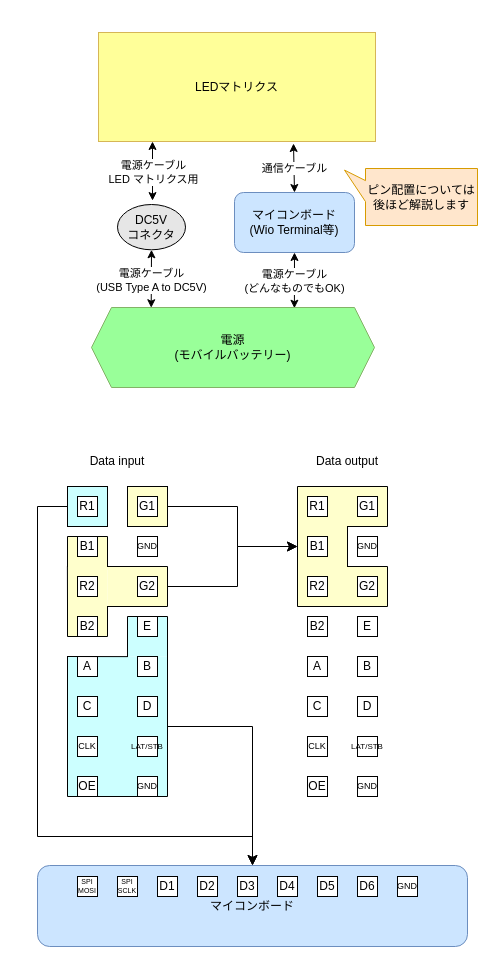
Above: 名称未設定ファイル.drawio in ehime-iyokan/DrawIO (draw.io), before the change. Source tidied: cells renumbered, new cells numbered last; positions are measured from the earlier drawing's top-left corner, leaving out a move shared by most shapes. Both pictures are drawn from the tidied source at 100%, with x=0, y=0 at pixel (37, 32).
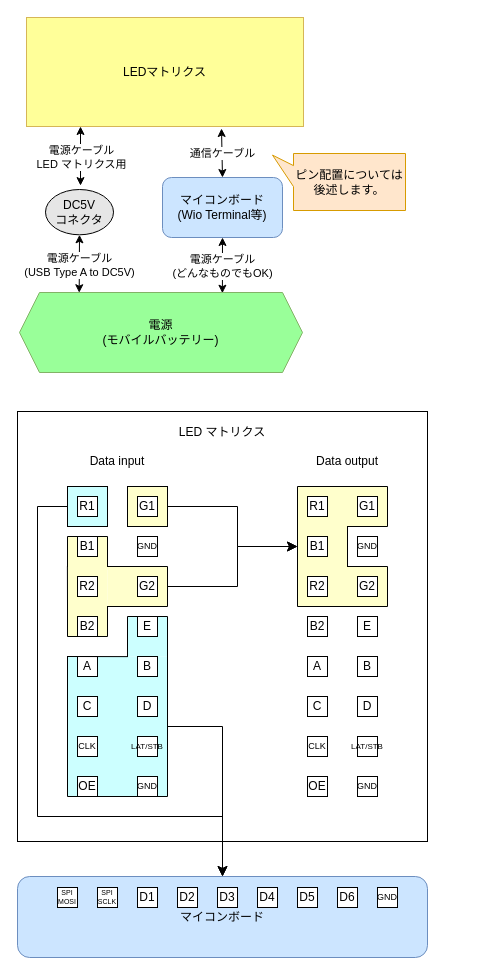
Above is the later version.

The change refers to these unchanged cells:
```xml
<mxCell id="9" style="rounded=0;whiteSpace=wrap;html=1;fillColor=#CCFFFF;strokeColor=none;" parent="1" vertex="1">
  <mxGeometry x="30" y="624" width="100" height="140" as="geometry" />
</mxCell>
<mxCell id="10" style="rounded=0;whiteSpace=wrap;html=1;fillColor=#CCFFFF;strokeColor=default;" parent="1" vertex="1">
  <mxGeometry x="30" y="454" width="40" height="40" as="geometry" />
</mxCell>
```

The edit, as a diff of the source:
```diff
@@
+    <mxCell id="83" value="&lt;div align=&quot;center&quot;&gt;LED マトリクス&lt;/div&gt;&lt;div align=&quot;center&quot;&gt;&lt;br&gt;&lt;/div&gt;&lt;div align=&quot;center&quot;&gt;&lt;br&gt;&lt;/div&gt;&lt;div align=&quot;center&quot;&gt;&lt;br&gt;&lt;/div&gt;&lt;div align=&quot;center&quot;&gt;&lt;br&gt;&lt;/div&gt;&lt;div align=&quot;center&quot;&gt;&lt;br&gt;&lt;/div&gt;&lt;div align=&quot;center&quot;&gt;&lt;br&gt;&lt;/div&gt;&lt;div align=&quot;center&quot;&gt;&lt;br&gt;&lt;/div&gt;&lt;div align=&quot;center&quot;&gt;&lt;br&gt;&lt;/div&gt;&lt;div align=&quot;center&quot;&gt;&lt;br&gt;&lt;/div&gt;&lt;div align=&quot;center&quot;&gt;&lt;br&gt;&lt;/div&gt;&lt;div align=&quot;center&quot;&gt;&lt;br&gt;&lt;/div&gt;&lt;div align=&quot;center&quot;&gt;&lt;br&gt;&lt;/div&gt;&lt;div align=&quot;center&quot;&gt;&lt;br&gt;&lt;/div&gt;&lt;div align=&quot;center&quot;&gt;&lt;br&gt;&lt;/div&gt;&lt;div align=&quot;center&quot;&gt;&lt;br&gt;&lt;/div&gt;&lt;div align=&quot;center&quot;&gt;&lt;br&gt;&lt;/div&gt;&lt;div align=&quot;center&quot;&gt;&lt;br&gt;&lt;/div&gt;&lt;div align=&quot;center&quot;&gt;&lt;br&gt;&lt;/div&gt;&lt;div align=&quot;center&quot;&gt;&lt;br&gt;&lt;/div&gt;&lt;div align=&quot;center&quot;&gt;&lt;br&gt;&lt;/div&gt;&lt;div align=&quot;center&quot;&gt;&lt;br&gt;&lt;/div&gt;&lt;div align=&quot;center&quot;&gt;&lt;br&gt;&lt;/div&gt;&lt;div align=&quot;center&quot;&gt;&lt;br&gt;&lt;/div&gt;&lt;div align=&quot;center&quot;&gt;&lt;br&gt;&lt;/div&gt;&lt;div align=&quot;center&quot;&gt;&lt;br&gt;&lt;/div&gt;&lt;div align=&quot;center&quot;&gt;&lt;br&gt;&lt;/div&gt;&lt;div align=&quot;center&quot;&gt;&lt;br&gt;&lt;/div&gt;" style="rounded=0;whiteSpace=wrap;html=1;align=center;" parent="1" vertex="1">
+      <mxGeometry x="-20" y="379" width="410" height="430" as="geometry" />
+    </mxCell>
@@
     <mxCell id="11" value="マイコンボード" style="rounded=1;whiteSpace=wrap;html=1;fillColor=#CCE5FF;strokeColor=#6c8ebf;" parent="1" vertex="1">
-      <mxGeometry y="833" width="430" height="81" as="geometry" />
+      <mxGeometry x="-20" y="844" width="410" height="81" as="geometry" />
     </mxCell>
     <mxCell id="12" value="LEDマトリクス" style="rounded=0;whiteSpace=wrap;html=1;fillColor=#FFFF99;strokeColor=#d6b656;" parent="1" vertex="1">
-      <mxGeometry x="61" width="277" height="109" as="geometry" />
+      <mxGeometry x="-11" y="-15" width="277" height="109" as="geometry" />
     </mxCell>
     <mxCell id="13" style="endArrow=classic;startArrow=classic;html=1;rounded=0;entryX=0.5;entryY=0;entryDx=0;entryDy=0;strokeWidth=1;sourcePerimeterSpacing=0;targetPerimeterSpacing=0;" parent="1" edge="1" target="21">
       <mxGeometry relative="1" as="geometry">
-        <mxPoint x="256" y="111" as="sourcePoint" />
+        <mxPoint x="184" y="96" as="sourcePoint" />
       </mxGeometry>
     </mxCell>
@@
     <mxCell id="17" style="endArrow=classic;startArrow=classic;html=1;rounded=0;strokeWidth=1;sourcePerimeterSpacing=0;targetPerimeterSpacing=0;entryX=0.515;entryY=-0.086;entryDx=0;entryDy=0;entryPerimeter=0;" parent="1" edge="1" target="23">
       <mxGeometry relative="1" as="geometry">
-        <mxPoint x="115" y="109" as="sourcePoint" />
+        <mxPoint x="43" y="94" as="sourcePoint" />
       </mxGeometry>
     </mxCell>
@@
     <mxCell id="21" value="マイコンボード&lt;div&gt;(Wio Terminal等)&lt;/div&gt;" style="rounded=1;whiteSpace=wrap;html=1;fillColor=#CCE5FF;strokeColor=#6c8ebf;" parent="1" vertex="1">
-      <mxGeometry x="197" y="160" width="120" height="60" as="geometry" />
+      <mxGeometry x="125" y="145" width="120" height="60" as="geometry" />
     </mxCell>
     <mxCell id="22" value="&lt;div&gt;電源&lt;/div&gt;&lt;div&gt;(モバイルバッテリー)&lt;/div&gt;" style="shape=hexagon;perimeter=hexagonPerimeter2;whiteSpace=wrap;html=1;fixedSize=1;fillColor=#99FF99;strokeColor=#82b366;" parent="1" vertex="1">
-      <mxGeometry x="54" y="275" width="283" height="80" as="geometry" />
+      <mxGeometry x="-18" y="260" width="283" height="80" as="geometry" />
     </mxCell>
     <mxCell id="23" value="&lt;div&gt;DC5V&lt;/div&gt;&lt;div&gt;コネクタ&lt;/div&gt;" style="ellipse;whiteSpace=wrap;html=1;fillColor=#E6E6E6;" parent="1" vertex="1">
-      <mxGeometry x="80" y="172" width="68" height="45.3" as="geometry" />
+      <mxGeometry x="8" y="157" width="68" height="45.3" as="geometry" />
     </mxCell>
-    <mxCell id="24" value="ピン配置については後ほど解説します" style="whiteSpace=wrap;html=1;shape=mxgraph.basic.rectCallout;dx=22.62;dy=21;boundedLbl=1;direction=south;fillColor=#ffe6cc;strokeColor=#d79b00;" parent="1" vertex="1">
-      <mxGeometry x="307" y="136" width="133" height="57" as="geometry" />
+    <mxCell id="24" value="ピン配置については後述します。" style="whiteSpace=wrap;html=1;shape=mxgraph.basic.rectCallout;dx=22.62;dy=21;boundedLbl=1;direction=south;fillColor=#ffe6cc;strokeColor=#d79b00;" parent="1" vertex="1">
+      <mxGeometry x="235" y="121" width="133" height="57" as="geometry" />
     </mxCell>
@@
     <mxCell id="43" value="D2" style="whiteSpace=wrap;html=1;" parent="1" vertex="1">
-      <mxGeometry x="160" y="844" width="20" height="20" as="geometry" />
+      <mxGeometry x="140" y="855" width="20" height="20" as="geometry" />
     </mxCell>
     <mxCell id="44" value="D3" style="whiteSpace=wrap;html=1;" parent="1" vertex="1">
-      <mxGeometry x="200" y="844" width="20" height="20" as="geometry" />
+      <mxGeometry x="180" y="855" width="20" height="20" as="geometry" />
     </mxCell>
     <mxCell id="45" value="D4" style="whiteSpace=wrap;html=1;" parent="1" vertex="1">
-      <mxGeometry x="240" y="844" width="20" height="20" as="geometry" />
+      <mxGeometry x="220" y="855" width="20" height="20" as="geometry" />
     </mxCell>
     <mxCell id="46" value="D5" style="whiteSpace=wrap;html=1;" parent="1" vertex="1">
-      <mxGeometry x="280" y="844" width="20" height="20" as="geometry" />
+      <mxGeometry x="260" y="855" width="20" height="20" as="geometry" />
     </mxCell>
     <mxCell id="47" value="D6" style="whiteSpace=wrap;html=1;" parent="1" vertex="1">
-      <mxGeometry x="320" y="844" width="20" height="20" as="geometry" />
+      <mxGeometry x="300" y="855" width="20" height="20" as="geometry" />
     </mxCell>
     <mxCell id="48" value="D1" style="whiteSpace=wrap;html=1;" parent="1" vertex="1">
-      <mxGeometry x="120" y="844" width="20" height="20" as="geometry" />
+      <mxGeometry x="100" y="855" width="20" height="20" as="geometry" />
     </mxCell>
     <mxCell id="49" value="&lt;div&gt;GND&lt;/div&gt;" style="whiteSpace=wrap;html=1;fontSize=9;" parent="1" vertex="1">
-      <mxGeometry x="360" y="844" width="20" height="20" as="geometry" />
+      <mxGeometry x="340" y="855" width="20" height="20" as="geometry" />
     </mxCell>
     <mxCell id="50" value="&lt;div&gt;SPI&lt;/div&gt;&lt;div&gt;SCLK&lt;/div&gt;" style="whiteSpace=wrap;html=1;fontSize=7;" parent="1" vertex="1">
-      <mxGeometry x="80" y="844" width="20" height="20" as="geometry" />
+      <mxGeometry x="60" y="855" width="20" height="20" as="geometry" />
     </mxCell>
     <mxCell id="51" value="&lt;div&gt;SPI&lt;/div&gt;&lt;div&gt;MOSI&lt;/div&gt;" style="whiteSpace=wrap;html=1;fontSize=7;" parent="1" vertex="1">
-      <mxGeometry x="40" y="844" width="20" height="20" as="geometry" />
+      <mxGeometry x="20" y="855" width="20" height="20" as="geometry" />
     </mxCell>
@@
     <mxCell id="68" style="edgeStyle=orthogonalEdgeStyle;elbow=horizontal;endArrow=classic;html=1;rounded=0;endSize=8;startSize=8;exitX=0;exitY=0.5;exitDx=0;exitDy=0;entryX=0.5;entryY=0;entryDx=0;entryDy=0;" parent="1" edge="1" source="10" target="11">
       <mxGeometry relative="1" as="geometry">
         <Array as="points">
           <mxPoint y="474" />
-          <mxPoint y="804" />
-          <mxPoint x="215" y="804" />
+          <mxPoint y="784" />
+          <mxPoint x="185" y="784" />
         </Array>
       </mxGeometry>
     </mxCell>
@@
     <mxCell id="71" style="edgeStyle=orthogonalEdgeStyle;elbow=horizontal;endArrow=classic;html=1;rounded=0;endSize=8;startSize=8;exitX=1;exitY=0.5;exitDx=0;exitDy=0;entryX=0.5;entryY=0;entryDx=0;entryDy=0;" parent="1" edge="1" source="9" target="11">
       <mxGeometry relative="1" as="geometry">
         <Array as="points">
-          <mxPoint x="215" y="694" />
+          <mxPoint x="185" y="694" />
         </Array>
       </mxGeometry>
     </mxCell>
```
